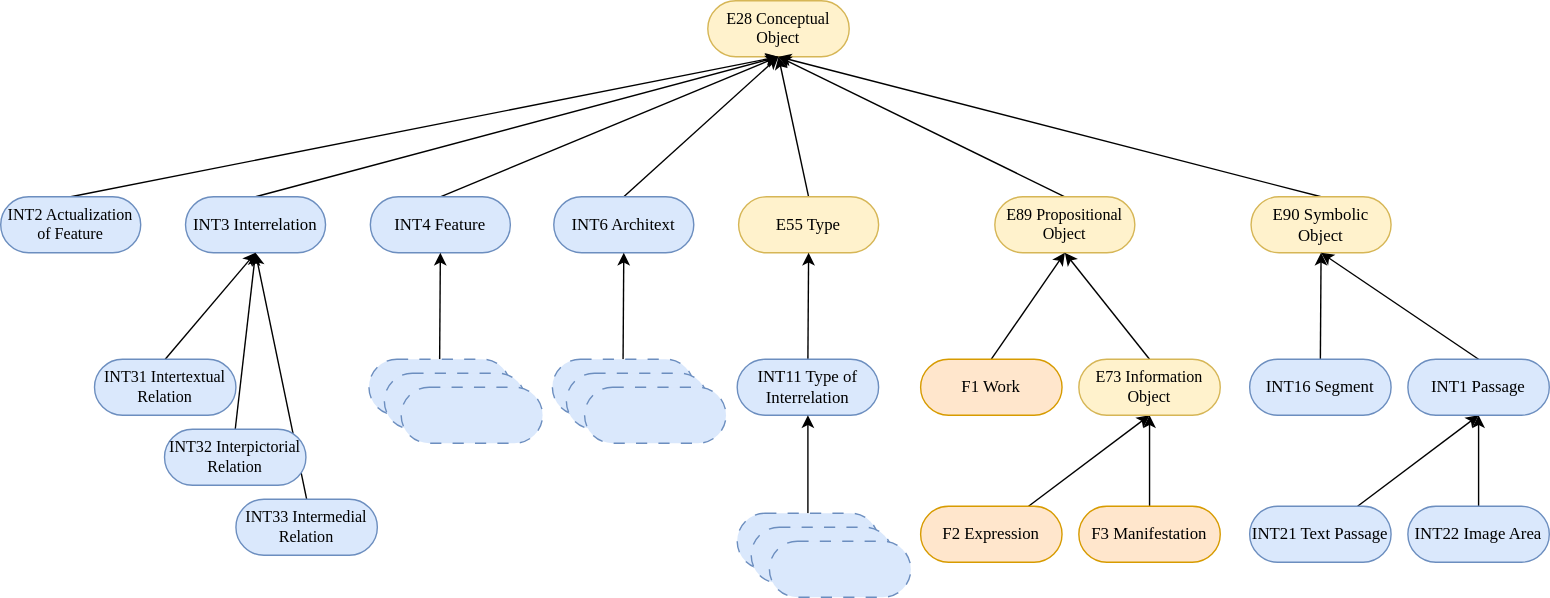
Earlier version of the draw.io export img/INTRO_class_hierarchy.svg (BOberreither/INTRO). Source tidied: cells renumbered, new cells last; positions are measured from the earlier drawing's top-left corner, leaving out a move shared by most shapes. Its diagram source:
```xml
<mxGraphModel>
  <root>
    <mxCell id="0" />
    <mxCell id="1" parent="0" />
    <mxCell id="2" value="E28 Conceptual Object" style="rounded=1;html=1;perimeterSpacing=0;arcSize=50;whiteSpace=wrap;fontFamily=Verdana;spacingTop=0;spacingBottom=0;spacing=2;fillColor=#fff2cc;strokeColor=#d6b656;fontSize=11.5;" parent="1" vertex="1">
      <mxGeometry x="505" width="101" height="40" as="geometry" />
    </mxCell>
    <mxCell id="3" style="rounded=1;jettySize=auto;html=1;exitX=0.5;exitY=0;exitDx=0;exitDy=0;entryX=0.5;entryY=1;entryDx=0;entryDy=0;fontFamily=Verdana;spacingTop=0;spacingBottom=0;spacing=2;" parent="1" edge="1" source="4" target="2">
      <mxGeometry relative="1" as="geometry" />
    </mxCell>
    <mxCell id="4" value="E55 Type&lt;span style=&quot;color: rgba(0, 0, 0, 0); font-size: 0px; text-align: start; text-wrap-mode: nowrap;&quot;&gt;%3CmxGraphModel%3E%3Croot%3E%3CmxCell%20id%3D%220%22%2F%3E%3CmxCell%20id%3D%221%22%20parent%3D%220%22%2F%3E%3CmxCell%20id%3D%222%22%20value%3D%22E28%20Conceptual%20Object%22%20style%3D%22rounded%3D1%3BwhiteSpace%3Dwrap%3Bhtml%3D1%3BperimeterSpacing%3D0%3BarcSize%3D50%3B%22%20vertex%3D%221%22%20parent%3D%221%22%3E%3CmxGeometry%20x%3D%22363%22%20y%3D%2220%22%20width%3D%22101%22%20height%3D%2240%22%20as%3D%22geometry%22%2F%3E%3C%2FmxCell%3E%3C%2Froot%3E%3C%2FmxGraphModel%3E&lt;/span&gt;" style="rounded=1;html=1;perimeterSpacing=0;arcSize=50;whiteSpace=wrap;fontFamily=Verdana;spacingTop=0;spacingBottom=0;spacing=2;fillColor=#fff2cc;strokeColor=#d6b656;" parent="1" vertex="1">
      <mxGeometry x="527" y="140" width="100" height="40" as="geometry" />
    </mxCell>
    <mxCell id="5" style="rounded=1;jettySize=auto;html=1;exitX=0.5;exitY=0;exitDx=0;exitDy=0;entryX=0.5;entryY=1;entryDx=0;entryDy=0;fontFamily=Verdana;spacingTop=0;spacingBottom=0;spacing=2;" parent="1" edge="1" source="6" target="2">
      <mxGeometry relative="1" as="geometry" />
    </mxCell>
    <mxCell id="6" value="E89 Propositional Object" style="rounded=1;html=1;perimeterSpacing=0;arcSize=50;whiteSpace=wrap;fontFamily=Verdana;spacingTop=0;spacingBottom=0;spacing=2;fillColor=#fff2cc;strokeColor=#d6b656;fontSize=11.5;" parent="1" vertex="1">
      <mxGeometry x="710" y="140" width="100" height="40" as="geometry" />
    </mxCell>
    <mxCell id="7" style="rounded=1;jettySize=auto;html=1;exitX=0.5;exitY=0;exitDx=0;exitDy=0;entryX=0.5;entryY=1;entryDx=0;entryDy=0;fontFamily=Verdana;spacingTop=0;spacingBottom=0;spacing=2;" parent="1" edge="1" source="8" target="2">
      <mxGeometry relative="1" as="geometry" />
    </mxCell>
    <mxCell id="8" value="E90 Symbolic Object" style="rounded=1;html=1;perimeterSpacing=0;arcSize=50;whiteSpace=wrap;fontFamily=Verdana;spacingTop=0;spacingBottom=0;spacing=2;fillColor=#fff2cc;strokeColor=#d6b656;" parent="1" vertex="1">
      <mxGeometry x="893" y="140" width="100" height="40" as="geometry" />
    </mxCell>
    <mxCell id="9" style="rounded=1;jettySize=auto;html=1;exitX=0.5;exitY=0;exitDx=0;exitDy=0;entryX=0.5;entryY=1;entryDx=0;entryDy=0;fontFamily=Verdana;spacingTop=0;spacingBottom=0;spacing=2;" parent="1" edge="1" source="10" target="2">
      <mxGeometry relative="1" as="geometry" />
    </mxCell>
    <mxCell id="10" value="INT2 Actualization of Feature" style="rounded=1;html=1;perimeterSpacing=0;arcSize=50;whiteSpace=wrap;fontFamily=Verdana;spacingTop=0;spacingBottom=0;spacing=2;fillColor=#dae8fc;strokeColor=#6c8ebf;fontSize=11.5;" parent="1" vertex="1">
      <mxGeometry y="140" width="100" height="40" as="geometry" />
    </mxCell>
    <mxCell id="11" style="rounded=1;jettySize=auto;html=1;exitX=0.5;exitY=0;exitDx=0;exitDy=0;entryX=0.5;entryY=1;entryDx=0;entryDy=0;fontFamily=Verdana;spacingTop=0;spacingBottom=0;spacing=2;" parent="1" edge="1" source="12" target="2">
      <mxGeometry relative="1" as="geometry" />
    </mxCell>
    <mxCell id="12" value="INT3 Interrelation" style="rounded=1;html=1;perimeterSpacing=0;arcSize=50;whiteSpace=wrap;fontFamily=Verdana;spacingTop=0;spacingBottom=0;spacing=2;fillColor=#dae8fc;strokeColor=#6c8ebf;" parent="1" vertex="1">
      <mxGeometry x="132" y="140" width="100" height="40" as="geometry" />
    </mxCell>
    <mxCell id="13" style="rounded=1;jettySize=auto;html=1;exitX=0.5;exitY=0;exitDx=0;exitDy=0;entryX=0.5;entryY=1;entryDx=0;entryDy=0;fontFamily=Verdana;spacingTop=0;spacingBottom=0;spacing=2;" parent="1" edge="1" source="14" target="2">
      <mxGeometry relative="1" as="geometry" />
    </mxCell>
    <mxCell id="14" value="INT4 Feature" style="rounded=1;html=1;perimeterSpacing=0;arcSize=50;whiteSpace=wrap;fontFamily=Verdana;spacingTop=0;spacingBottom=0;spacing=2;fillColor=#dae8fc;strokeColor=#6c8ebf;" parent="1" vertex="1">
      <mxGeometry x="264" y="140" width="100" height="40" as="geometry" />
    </mxCell>
    <mxCell id="15" style="rounded=1;jettySize=auto;html=1;exitX=0.5;exitY=0;exitDx=0;exitDy=0;entryX=0.5;entryY=1;entryDx=0;entryDy=0;fontFamily=Verdana;spacingTop=0;spacingBottom=0;spacing=2;" parent="1" edge="1" source="16" target="2">
      <mxGeometry relative="1" as="geometry" />
    </mxCell>
    <mxCell id="16" value="INT6 Architext" style="rounded=1;html=1;perimeterSpacing=0;arcSize=50;whiteSpace=wrap;fontFamily=Verdana;spacingTop=0;spacingBottom=0;spacing=2;fillColor=#dae8fc;strokeColor=#6c8ebf;" parent="1" vertex="1">
      <mxGeometry x="395" y="140" width="100" height="40" as="geometry" />
    </mxCell>
    <mxCell id="17" style="rounded=1;jettySize=auto;html=1;exitX=0.5;exitY=0;exitDx=0;exitDy=0;entryX=0.5;entryY=1;entryDx=0;entryDy=0;fontFamily=Verdana;spacingTop=0;spacingBottom=0;spacing=2;" parent="1" edge="1" source="27" target="4">
      <mxGeometry relative="1" as="geometry" />
    </mxCell>
    <mxCell id="18" style="rounded=1;jettySize=auto;html=1;exitX=0.5;exitY=0;exitDx=0;exitDy=0;entryX=0.5;entryY=1;entryDx=0;entryDy=0;fontFamily=Verdana;spacingTop=0;spacingBottom=0;spacing=2;" parent="1" edge="1" source="40" target="6">
      <mxGeometry relative="1" as="geometry" />
    </mxCell>
    <mxCell id="19" style="rounded=1;jettySize=auto;html=1;exitX=0.5;exitY=0;exitDx=0;exitDy=0;entryX=0.5;entryY=1;entryDx=0;entryDy=0;fontFamily=Verdana;spacingTop=0;spacingBottom=0;spacing=2;" parent="1" edge="1" source="41" target="6">
      <mxGeometry relative="1" as="geometry" />
    </mxCell>
    <mxCell id="20" style="rounded=1;jettySize=auto;html=1;exitX=0.5;exitY=0;exitDx=0;exitDy=0;entryX=0.5;entryY=1;entryDx=0;entryDy=0;fontFamily=Verdana;spacingTop=0;spacingBottom=0;spacing=2;" parent="1" edge="1" source="37" target="12">
      <mxGeometry relative="1" as="geometry" />
    </mxCell>
    <mxCell id="21" style="rounded=1;jettySize=auto;html=1;entryX=0.5;entryY=1;entryDx=0;entryDy=0;exitX=0.5;exitY=0;exitDx=0;exitDy=0;fontFamily=Verdana;spacingTop=0;spacingBottom=0;spacing=2;" parent="1" edge="1" source="44" target="14">
      <mxGeometry relative="1" as="geometry" />
    </mxCell>
    <mxCell id="22" style="rounded=1;jettySize=auto;html=1;exitX=0.5;exitY=0;exitDx=0;exitDy=0;entryX=0.5;entryY=1;entryDx=0;entryDy=0;fontFamily=Verdana;spacingTop=0;spacingBottom=0;spacing=2;" parent="1" edge="1" source="47" target="16">
      <mxGeometry relative="1" as="geometry" />
    </mxCell>
    <mxCell id="23" style="rounded=1;jettySize=auto;html=1;exitX=0.5;exitY=0;exitDx=0;exitDy=0;entryX=0.5;entryY=1;entryDx=0;entryDy=0;fontFamily=Verdana;spacingTop=0;spacingBottom=0;spacing=2;" parent="1" edge="1" source="42" target="8">
      <mxGeometry relative="1" as="geometry" />
    </mxCell>
    <mxCell id="24" style="rounded=1;jettySize=auto;html=1;exitX=0.5;exitY=0;exitDx=0;exitDy=0;entryX=0.5;entryY=1;entryDx=0;entryDy=0;fontFamily=Verdana;spacingTop=0;spacingBottom=0;spacing=2;" parent="1" edge="1" source="43" target="8">
      <mxGeometry relative="1" as="geometry" />
    </mxCell>
    <mxCell id="25" style="rounded=1;jettySize=auto;html=1;exitX=0.5;exitY=0;exitDx=0;exitDy=0;entryX=0.5;entryY=1;entryDx=0;entryDy=0;fontFamily=Verdana;spacingTop=0;spacingBottom=0;spacing=2;" parent="1" edge="1" source="39" target="12">
      <mxGeometry relative="1" as="geometry" />
    </mxCell>
    <mxCell id="26" style="rounded=1;jettySize=auto;html=1;exitX=0.5;exitY=0;exitDx=0;exitDy=0;entryX=0.5;entryY=1;entryDx=0;entryDy=0;fontFamily=Verdana;spacingTop=0;spacingBottom=0;spacing=2;" parent="1" edge="1" source="38" target="12">
      <mxGeometry relative="1" as="geometry" />
    </mxCell>
    <mxCell id="27" value="INT11 Type of Interrelation" style="rounded=1;html=1;perimeterSpacing=0;arcSize=50;whiteSpace=wrap;fontFamily=Verdana;spacingTop=0;spacingBottom=0;spacing=2;fillColor=#dae8fc;strokeColor=#6c8ebf;" parent="1" vertex="1">
      <mxGeometry x="526" y="256" width="101" height="40" as="geometry" />
    </mxCell>
    <mxCell id="28" style="rounded=1;jettySize=auto;html=1;entryX=0.5;entryY=1;entryDx=0;entryDy=0;fontFamily=Verdana;spacingTop=0;spacingBottom=0;spacing=2;" parent="1" edge="1" source="29" target="43">
      <mxGeometry relative="1" as="geometry" />
    </mxCell>
    <mxCell id="29" value="INT21 Text Passage" style="rounded=1;html=1;perimeterSpacing=0;arcSize=50;whiteSpace=wrap;fontFamily=Verdana;spacingTop=0;spacingBottom=0;spacing=2;fillColor=#dae8fc;strokeColor=#6c8ebf;" parent="1" vertex="1">
      <mxGeometry x="892" y="361" width="101" height="40" as="geometry" />
    </mxCell>
    <mxCell id="30" style="rounded=1;jettySize=auto;html=1;entryX=0.5;entryY=1;entryDx=0;entryDy=0;fontFamily=Verdana;spacingTop=0;spacingBottom=0;spacing=2;" parent="1" edge="1" source="31" target="43">
      <mxGeometry relative="1" as="geometry" />
    </mxCell>
    <mxCell id="31" value="INT22 Image Area" style="rounded=1;html=1;perimeterSpacing=0;arcSize=50;whiteSpace=wrap;fontFamily=Verdana;spacingTop=0;spacingBottom=0;spacing=2;fillColor=#dae8fc;strokeColor=#6c8ebf;" parent="1" vertex="1">
      <mxGeometry x="1005" y="361" width="101" height="40" as="geometry" />
    </mxCell>
    <mxCell id="32" style="rounded=1;jettySize=auto;html=1;exitX=0.5;exitY=0;exitDx=0;exitDy=0;entryX=0.5;entryY=1;entryDx=0;entryDy=0;fontFamily=Verdana;spacingTop=0;spacingBottom=0;spacing=2;" parent="1" edge="1" source="50" target="27">
      <mxGeometry relative="1" as="geometry" />
    </mxCell>
    <mxCell id="33" style="rounded=1;jettySize=auto;html=1;entryX=0.5;entryY=1;entryDx=0;entryDy=0;fontFamily=Verdana;spacingTop=0;spacingBottom=0;spacing=2;" parent="1" edge="1" source="35" target="41">
      <mxGeometry relative="1" as="geometry" />
    </mxCell>
    <mxCell id="34" style="rounded=1;jettySize=auto;html=1;entryX=0.5;entryY=1;entryDx=0;entryDy=0;fontFamily=Verdana;spacingTop=0;spacingBottom=0;spacing=2;" parent="1" edge="1" source="36" target="41">
      <mxGeometry relative="1" as="geometry" />
    </mxCell>
    <mxCell id="35" value="F2 Expression" style="rounded=1;html=1;perimeterSpacing=0;arcSize=50;whiteSpace=wrap;fontFamily=Verdana;spacingTop=0;spacingBottom=0;spacing=2;fillColor=#ffe6cc;strokeColor=#d79b00;" parent="1" vertex="1">
      <mxGeometry x="657" y="361" width="101" height="40" as="geometry" />
    </mxCell>
    <mxCell id="36" value="F3 Manifestation" style="rounded=1;html=1;perimeterSpacing=0;arcSize=50;whiteSpace=wrap;fontFamily=Verdana;spacingTop=0;spacingBottom=0;spacing=2;fillColor=#ffe6cc;strokeColor=#d79b00;" parent="1" vertex="1">
      <mxGeometry x="770" y="361" width="101" height="40" as="geometry" />
    </mxCell>
    <mxCell id="37" value="INT31 Intertextual Relation" style="rounded=1;html=1;perimeterSpacing=0;arcSize=50;whiteSpace=wrap;fontFamily=Verdana;spacingTop=0;spacingBottom=0;spacing=2;fillColor=#dae8fc;strokeColor=#6c8ebf;fontSize=11.5;" parent="1" vertex="1">
      <mxGeometry x="67" y="256" width="101" height="40" as="geometry" />
    </mxCell>
    <mxCell id="38" value="INT32 Interpictorial Relation" style="rounded=1;html=1;perimeterSpacing=0;arcSize=50;whiteSpace=wrap;fontFamily=Verdana;spacingTop=0;spacingBottom=0;spacing=2;fillColor=#dae8fc;strokeColor=#6c8ebf;fontSize=11.5;" parent="1" vertex="1">
      <mxGeometry x="117" y="306" width="101" height="40" as="geometry" />
    </mxCell>
    <mxCell id="39" value="INT33 Intermedial Relation" style="rounded=1;html=1;perimeterSpacing=0;arcSize=50;whiteSpace=wrap;fontFamily=Verdana;spacingTop=0;spacingBottom=0;spacing=2;fillColor=#dae8fc;strokeColor=#6c8ebf;fontSize=11.5;" parent="1" vertex="1">
      <mxGeometry x="168" y="356" width="101" height="40" as="geometry" />
    </mxCell>
    <mxCell id="40" value="F1 Work" style="rounded=1;html=1;perimeterSpacing=0;arcSize=50;whiteSpace=wrap;fontFamily=Verdana;spacingTop=0;spacingBottom=0;spacing=2;fillColor=#ffe6cc;strokeColor=#d79b00;" parent="1" vertex="1">
      <mxGeometry x="657" y="256" width="101" height="40" as="geometry" />
    </mxCell>
    <mxCell id="41" value="E73 Information Object" style="rounded=1;html=1;perimeterSpacing=0;arcSize=50;whiteSpace=wrap;fontFamily=Verdana;spacingTop=0;spacingBottom=0;spacing=2;fillColor=#fff2cc;strokeColor=#d6b656;fontSize=11.5;" parent="1" vertex="1">
      <mxGeometry x="770" y="256" width="101" height="40" as="geometry" />
    </mxCell>
    <mxCell id="42" value="INT16 Segment" style="rounded=1;html=1;perimeterSpacing=0;arcSize=50;whiteSpace=wrap;fontFamily=Verdana;spacingTop=0;spacingBottom=0;spacing=2;fillColor=#dae8fc;strokeColor=#6c8ebf;" parent="1" vertex="1">
      <mxGeometry x="892" y="256" width="101" height="40" as="geometry" />
    </mxCell>
    <mxCell id="43" value="INT1 Passage" style="rounded=1;html=1;perimeterSpacing=0;arcSize=50;whiteSpace=wrap;fontFamily=Verdana;spacingTop=0;spacingBottom=0;spacing=2;fillColor=#dae8fc;strokeColor=#6c8ebf;" parent="1" vertex="1">
      <mxGeometry x="1005" y="256" width="101" height="40" as="geometry" />
    </mxCell>
    <mxCell id="44" style="rounded=1;html=1;perimeterSpacing=0;arcSize=50;dashed=1;dashPattern=8 8;whiteSpace=wrap;fontFamily=Verdana;spacingTop=0;spacingBottom=0;spacing=2;fillColor=#dae8fc;strokeColor=#6c8ebf;" parent="1" vertex="1">
      <mxGeometry x="263" y="256" width="101" height="40" as="geometry" />
    </mxCell>
    <mxCell id="45" style="rounded=1;html=1;perimeterSpacing=0;arcSize=50;dashed=1;dashPattern=8 8;whiteSpace=wrap;fontFamily=Verdana;spacingTop=0;spacingBottom=0;spacing=2;fillColor=#dae8fc;strokeColor=#6c8ebf;" parent="1" vertex="1">
      <mxGeometry x="274" y="266" width="101" height="40" as="geometry" />
    </mxCell>
    <mxCell id="46" style="rounded=1;html=1;perimeterSpacing=0;arcSize=50;dashed=1;dashPattern=8 8;whiteSpace=wrap;fontFamily=Verdana;spacingTop=0;spacingBottom=0;spacing=2;fillColor=#dae8fc;strokeColor=#6c8ebf;" parent="1" vertex="1">
      <mxGeometry x="286" y="276" width="101" height="40" as="geometry" />
    </mxCell>
    <mxCell id="47" style="rounded=1;html=1;perimeterSpacing=0;arcSize=50;dashed=1;dashPattern=8 8;whiteSpace=wrap;fontFamily=Verdana;spacingTop=0;spacingBottom=0;spacing=2;fillColor=#dae8fc;strokeColor=#6c8ebf;" parent="1" vertex="1">
      <mxGeometry x="394" y="256" width="101" height="40" as="geometry" />
    </mxCell>
    <mxCell id="48" style="rounded=1;html=1;perimeterSpacing=0;arcSize=50;dashed=1;dashPattern=8 8;whiteSpace=wrap;fontFamily=Verdana;spacingTop=0;spacingBottom=0;spacing=2;fillColor=#dae8fc;strokeColor=#6c8ebf;" parent="1" vertex="1">
      <mxGeometry x="404" y="266" width="101" height="40" as="geometry" />
    </mxCell>
    <mxCell id="49" style="rounded=1;html=1;perimeterSpacing=0;arcSize=50;dashed=1;dashPattern=8 8;whiteSpace=wrap;fontFamily=Verdana;spacingTop=0;spacingBottom=0;spacing=2;fillColor=#dae8fc;strokeColor=#6c8ebf;" parent="1" vertex="1">
      <mxGeometry x="417" y="276" width="101" height="40" as="geometry" />
    </mxCell>
    <mxCell id="50" style="rounded=1;html=1;perimeterSpacing=0;arcSize=50;dashed=1;dashPattern=8 8;whiteSpace=wrap;fontFamily=Verdana;spacingTop=0;spacingBottom=0;spacing=2;fillColor=#dae8fc;strokeColor=#6c8ebf;" parent="1" vertex="1">
      <mxGeometry x="526" y="366" width="101" height="40" as="geometry" />
    </mxCell>
    <mxCell id="51" style="rounded=1;html=1;perimeterSpacing=0;arcSize=50;dashed=1;dashPattern=8 8;whiteSpace=wrap;fontFamily=Verdana;spacingTop=0;spacingBottom=0;spacing=2;fillColor=#dae8fc;strokeColor=#6c8ebf;" parent="1" vertex="1">
      <mxGeometry x="536" y="376" width="101" height="40" as="geometry" />
    </mxCell>
    <mxCell id="52" style="rounded=1;html=1;perimeterSpacing=0;arcSize=50;dashed=1;dashPattern=8 8;whiteSpace=wrap;fontFamily=Verdana;spacingTop=0;spacingBottom=0;spacing=2;fillColor=#dae8fc;strokeColor=#6c8ebf;" parent="1" vertex="1">
      <mxGeometry x="549" y="386" width="101" height="40" as="geometry" />
    </mxCell>
  </root>
</mxGraphModel>
```
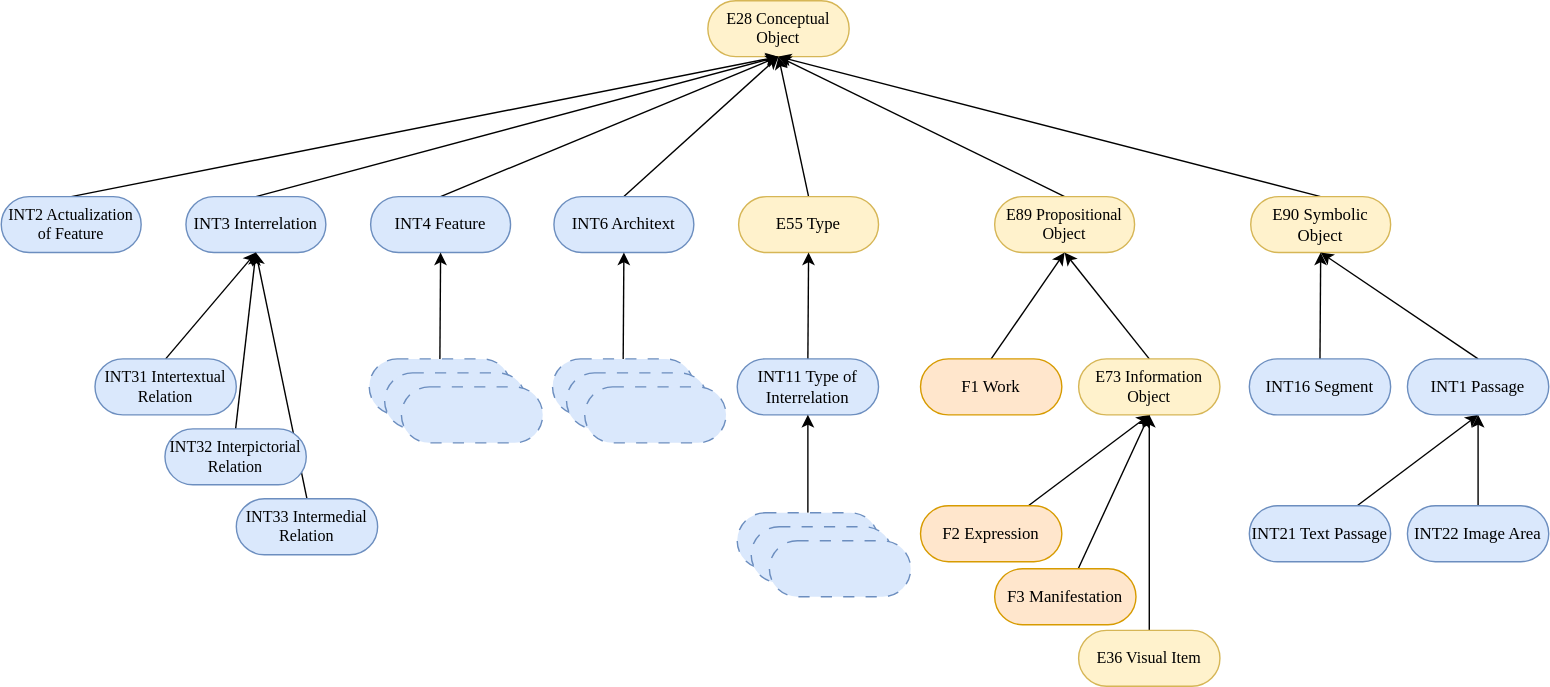
Above is the later version.

Change to the diagram source:
```diff
@@ -105,7 +105,7 @@
       <mxGeometry x="657" y="361" width="101" height="40" as="geometry" />
     </mxCell>
     <mxCell id="36" value="F3 Manifestation" style="rounded=1;html=1;perimeterSpacing=0;arcSize=50;whiteSpace=wrap;fontFamily=Verdana;spacingTop=0;spacingBottom=0;spacing=2;fillColor=#ffe6cc;strokeColor=#d79b00;" parent="1" vertex="1">
-      <mxGeometry x="770" y="361" width="101" height="40" as="geometry" />
+      <mxGeometry x="710" y="406" width="101" height="40" as="geometry" />
     </mxCell>
     <mxCell id="37" value="INT31 Intertextual Relation" style="rounded=1;html=1;perimeterSpacing=0;arcSize=50;whiteSpace=wrap;fontFamily=Verdana;spacingTop=0;spacingBottom=0;spacing=2;fillColor=#dae8fc;strokeColor=#6c8ebf;fontSize=11.5;" parent="1" vertex="1">
       <mxGeometry x="67" y="256" width="101" height="40" as="geometry" />
@@ -155,5 +155,11 @@
     <mxCell id="52" style="rounded=1;html=1;perimeterSpacing=0;arcSize=50;dashed=1;dashPattern=8 8;whiteSpace=wrap;fontFamily=Verdana;spacingTop=0;spacingBottom=0;spacing=2;fillColor=#dae8fc;strokeColor=#6c8ebf;" parent="1" vertex="1">
       <mxGeometry x="549" y="386" width="101" height="40" as="geometry" />
     </mxCell>
+    <mxCell id="53" style="edgeStyle=orthogonalEdgeStyle;rounded=0;jettySize=auto;html=1;entryX=0.5;entryY=1;entryDx=0;entryDy=0;" parent="1" edge="1" source="54" target="41">
+      <mxGeometry relative="1" as="geometry" />
+    </mxCell>
+    <mxCell id="54" value="E36 Visual Item" style="rounded=1;html=1;perimeterSpacing=0;arcSize=50;whiteSpace=wrap;fontFamily=Verdana;spacingTop=0;spacingBottom=0;spacing=2;fillColor=#fff2cc;strokeColor=#d6b656;fontSize=11.5;" parent="1" vertex="1">
+      <mxGeometry x="770" y="450" width="101" height="40" as="geometry" />
+    </mxCell>
   </root>
 </mxGraphModel>
```
